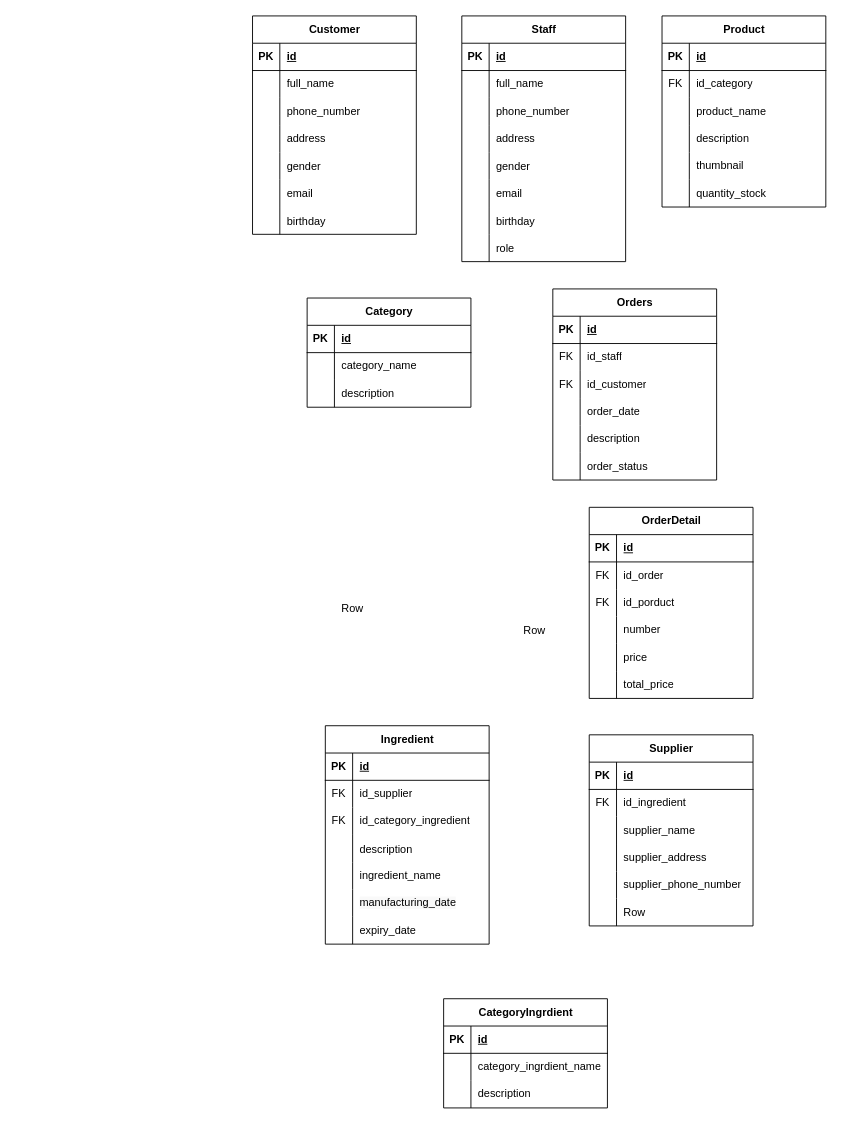
This is ShopCoffee.drawio from Anhcoder2005/shopcoffee, a draw.io file, before an edit. Source tidied: cells renumbered, new cells numbered last; positions are measured from the earlier drawing's top-left corner, leaving out a move shared by most shapes. Both pictures are drawn from the tidied source at 91%, with x=0, y=0 at pixel (252, 15).
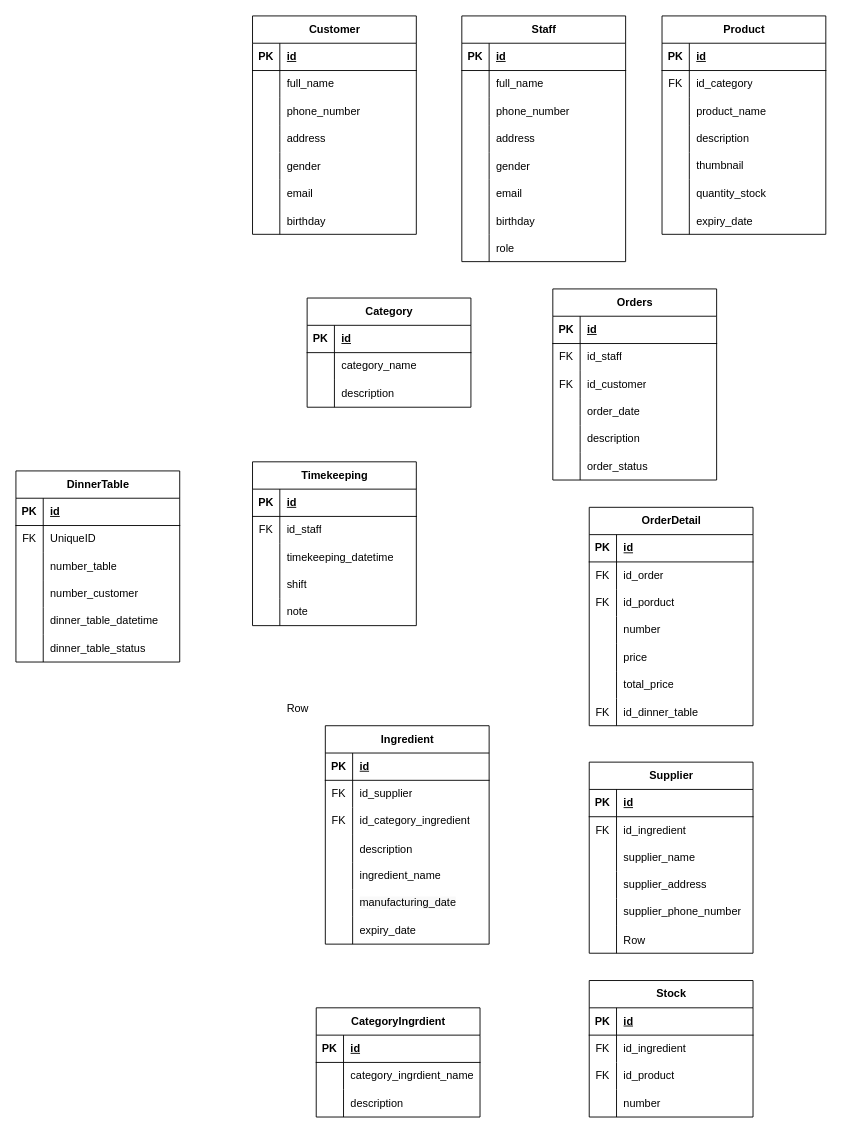
After the change.

Commit message (it also covers changes not shown here):
Cập nhật ShopCoffee.drawio

The edit, as a diff of the source:
```diff
@@
     <mxCell id="49" style="shape=table;startSize=0;childLayout=tableLayout;rowLines=0;fontStyle=0;align=center;strokeColor=none;fillColor=none;whiteSpace=wrap;html=1;" parent="1" vertex="1">
-      <mxGeometry x="60" y="640" width="180" height="20" as="geometry" />
+      <mxGeometry y="750" width="180" height="20" as="geometry" />
     </mxCell>
@@
     <mxCell id="53" value="Product" style="shape=table;startSize=30;childLayout=tableLayout;rowLines=0;fontStyle=1;align=center;html=1;" parent="1" vertex="1">
-      <mxGeometry x="450" width="180" height="210" as="geometry" />
+      <mxGeometry x="450" width="180" height="240" as="geometry" />
     </mxCell>
@@
+    <mxCell id="175" style="shape=tableRow;horizontal=0;startSize=0;swimlaneHead=0;swimlaneBody=0;fillColor=none;top=0;left=0;right=0;bottom=0;" parent="53" vertex="1">
+      <mxGeometry y="210" width="180" height="30" as="geometry" />
+    </mxCell>
+    <mxCell id="176" style="shape=partialRectangle;fillColor=none;top=0;left=0;bottom=0;right=0;overflow=hidden;" parent="175" vertex="1">
+      <mxGeometry width="30" height="30" as="geometry" />
+    </mxCell>
+    <mxCell id="177" value="expiry_date" style="shape=partialRectangle;fillColor=none;top=0;left=0;bottom=0;right=0;align=left;spacingLeft=6;overflow=hidden;" parent="175" vertex="1">
+      <mxGeometry x="30" width="150" height="30" as="geometry" />
+    </mxCell>
@@
-    <mxCell id="82" style="shape=table;startSize=0;childLayout=tableLayout;rowLines=0;fontStyle=0;align=center;strokeColor=none;fillColor=none;whiteSpace=wrap;html=1;" parent="1" vertex="1">
-      <mxGeometry x="260" y="660" width="180" height="30" as="geometry" />
-    </mxCell>
-    <mxCell id="83" style="shape=tableRow;horizontal=0;startSize=0;swimlaneHead=0;swimlaneBody=0;fillColor=none;top=0;left=0;right=0;bottom=0;" parent="82" vertex="1">
-      <mxGeometry width="180" height="30" as="geometry" />
-    </mxCell>
-    <mxCell id="84" style="shape=partialRectangle;fillColor=none;top=0;left=0;bottom=0;right=0;overflow=hidden;" parent="83" vertex="1">
-      <mxGeometry width="30" height="30" as="geometry" />
-    </mxCell>
-    <mxCell id="85" value="Row" style="shape=partialRectangle;fillColor=none;top=0;left=0;bottom=0;right=0;align=left;spacingLeft=6;overflow=hidden;" parent="83" vertex="1">
-      <mxGeometry x="30" width="150" height="30" as="geometry" />
-    </mxCell>
@@
     <mxCell id="105" value="OrderDetail" style="shape=table;startSize=30;childLayout=tableLayout;rowLines=0;fontStyle=1;align=center;html=1;" parent="1" vertex="1">
-      <mxGeometry x="370" y="540" width="180" height="210" as="geometry" />
+      <mxGeometry x="370" y="540" width="180" height="240" as="geometry" />
     </mxCell>
@@
+    <mxCell id="178" style="shape=tableRow;horizontal=0;startSize=0;swimlaneHead=0;swimlaneBody=0;fillColor=none;top=0;left=0;right=0;bottom=0;" parent="105" vertex="1">
+      <mxGeometry y="210" width="180" height="30" as="geometry" />
+    </mxCell>
+    <mxCell id="179" value="FK" style="shape=partialRectangle;fillColor=none;top=0;left=0;bottom=0;right=0;overflow=hidden;" parent="178" vertex="1">
+      <mxGeometry width="30" height="30" as="geometry" />
+    </mxCell>
+    <mxCell id="180" value="id_dinner_table" style="shape=partialRectangle;fillColor=none;top=0;left=0;bottom=0;right=0;align=left;spacingLeft=6;overflow=hidden;" parent="178" vertex="1">
+      <mxGeometry x="30" width="150" height="30" as="geometry" />
+    </mxCell>
     <mxCell id="124" value="Supplier" style="shape=table;startSize=30;childLayout=tableLayout;rowLines=0;fontStyle=1;align=center;html=1;" parent="1" vertex="1">
-      <mxGeometry x="370" y="790" width="180" height="210" as="geometry" />
+      <mxGeometry x="370" y="820" width="180" height="210" as="geometry" />
     </mxCell>
@@
     <mxCell id="165" value="CategoryIngrdient" style="shape=table;startSize=30;childLayout=tableLayout;rowLines=0;fontStyle=1;align=center;html=1;" parent="1" vertex="1">
-      <mxGeometry x="210" y="1080" width="180" height="120" as="geometry" />
+      <mxGeometry x="70" y="1090" width="180" height="120" as="geometry" />
     </mxCell>
@@
+    <mxCell id="181" value="Stock" style="shape=table;startSize=30;childLayout=tableLayout;rowLines=0;fontStyle=1;align=center;html=1;" parent="1" vertex="1">
+      <mxGeometry x="370" y="1060" width="180" height="150" as="geometry" />
+    </mxCell>
+    <mxCell id="182" style="shape=tableRow;horizontal=0;startSize=0;swimlaneHead=0;swimlaneBody=0;fillColor=none;top=0;left=0;right=0;bottom=1;" parent="181" vertex="1">
+      <mxGeometry y="30" width="180" height="30" as="geometry" />
+    </mxCell>
+    <mxCell id="183" value="PK" style="shape=partialRectangle;fillColor=none;top=0;left=0;bottom=0;right=0;fontStyle=1;overflow=hidden;whiteSpace=wrap;html=1;" parent="182" vertex="1">
+      <mxGeometry width="30" height="30" as="geometry" />
+    </mxCell>
+    <mxCell id="184" value="id" style="shape=partialRectangle;fillColor=none;top=0;left=0;bottom=0;right=0;align=left;spacingLeft=6;fontStyle=5;overflow=hidden;whiteSpace=wrap;html=1;" parent="182" vertex="1">
+      <mxGeometry x="30" width="150" height="30" as="geometry" />
+    </mxCell>
+    <mxCell id="185" style="shape=tableRow;horizontal=0;startSize=0;swimlaneHead=0;swimlaneBody=0;fillColor=none;top=0;left=0;right=0;bottom=0;" parent="181" vertex="1">
+      <mxGeometry y="60" width="180" height="30" as="geometry" />
+    </mxCell>
+    <mxCell id="186" value="FK" style="shape=partialRectangle;fillColor=none;top=0;left=0;bottom=0;right=0;fontStyle=0;overflow=hidden;whiteSpace=wrap;html=1;" parent="185" vertex="1">
+      <mxGeometry width="30" height="30" as="geometry" />
+    </mxCell>
+    <mxCell id="187" value="id_ingredient" style="shape=partialRectangle;fillColor=none;top=0;left=0;bottom=0;right=0;align=left;spacingLeft=6;fontStyle=0;overflow=hidden;whiteSpace=wrap;html=1;" parent="185" vertex="1">
+      <mxGeometry x="30" width="150" height="30" as="geometry" />
+    </mxCell>
+    <mxCell id="188" style="shape=tableRow;horizontal=0;startSize=0;swimlaneHead=0;swimlaneBody=0;fillColor=none;top=0;left=0;right=0;bottom=0;" parent="181" vertex="1">
+      <mxGeometry y="90" width="180" height="30" as="geometry" />
+    </mxCell>
+    <mxCell id="189" value="FK" style="shape=partialRectangle;fillColor=none;top=0;left=0;bottom=0;right=0;fontStyle=0;overflow=hidden;whiteSpace=wrap;html=1;" parent="188" vertex="1">
+      <mxGeometry width="30" height="30" as="geometry" />
+    </mxCell>
+    <mxCell id="190" value="id_product" style="shape=partialRectangle;fillColor=none;top=0;left=0;bottom=0;right=0;align=left;spacingLeft=6;fontStyle=0;overflow=hidden;whiteSpace=wrap;html=1;" parent="188" vertex="1">
+      <mxGeometry x="30" width="150" height="30" as="geometry" />
+    </mxCell>
+    <mxCell id="191" style="shape=tableRow;horizontal=0;startSize=0;swimlaneHead=0;swimlaneBody=0;fillColor=none;top=0;left=0;right=0;bottom=0;" parent="181" vertex="1">
+      <mxGeometry y="120" width="180" height="30" as="geometry" />
+    </mxCell>
+    <mxCell id="192" style="shape=partialRectangle;fillColor=none;top=0;left=0;bottom=0;right=0;overflow=hidden;whiteSpace=wrap;html=1;" parent="191" vertex="1">
+      <mxGeometry width="30" height="30" as="geometry" />
+    </mxCell>
+    <mxCell id="193" value="number" style="shape=partialRectangle;fillColor=none;top=0;left=0;bottom=0;right=0;align=left;spacingLeft=6;overflow=hidden;whiteSpace=wrap;html=1;" parent="191" vertex="1">
+      <mxGeometry x="30" width="150" height="30" as="geometry" />
+    </mxCell>
+    <mxCell id="194" value="Timekeeping" style="shape=table;startSize=30;childLayout=tableLayout;rowLines=0;fontStyle=1;align=center;html=1;" parent="1" vertex="1">
+      <mxGeometry y="490" width="180" height="180" as="geometry" />
+    </mxCell>
+    <mxCell id="195" style="shape=tableRow;horizontal=0;startSize=0;swimlaneHead=0;swimlaneBody=0;fillColor=none;top=0;left=0;right=0;bottom=1;" parent="194" vertex="1">
+      <mxGeometry y="30" width="180" height="30" as="geometry" />
+    </mxCell>
+    <mxCell id="196" value="PK" style="shape=partialRectangle;fillColor=none;top=0;left=0;bottom=0;right=0;fontStyle=1;overflow=hidden;whiteSpace=wrap;html=1;" parent="195" vertex="1">
+      <mxGeometry width="30" height="30" as="geometry" />
+    </mxCell>
+    <mxCell id="197" value="id" style="shape=partialRectangle;fillColor=none;top=0;left=0;bottom=0;right=0;align=left;spacingLeft=6;fontStyle=5;overflow=hidden;whiteSpace=wrap;html=1;" parent="195" vertex="1">
+      <mxGeometry x="30" width="150" height="30" as="geometry" />
+    </mxCell>
+    <mxCell id="198" style="shape=tableRow;horizontal=0;startSize=0;swimlaneHead=0;swimlaneBody=0;fillColor=none;top=0;left=0;right=0;bottom=0;" parent="194" vertex="1">
+      <mxGeometry y="60" width="180" height="30" as="geometry" />
+    </mxCell>
+    <mxCell id="199" value="FK" style="shape=partialRectangle;fillColor=none;top=0;left=0;bottom=0;right=0;fontStyle=0;overflow=hidden;whiteSpace=wrap;html=1;" parent="198" vertex="1">
+      <mxGeometry width="30" height="30" as="geometry" />
+    </mxCell>
+    <mxCell id="200" value="id_staff" style="shape=partialRectangle;fillColor=none;top=0;left=0;bottom=0;right=0;align=left;spacingLeft=6;fontStyle=0;overflow=hidden;whiteSpace=wrap;html=1;" parent="198" vertex="1">
+      <mxGeometry x="30" width="150" height="30" as="geometry" />
+    </mxCell>
+    <mxCell id="201" style="shape=tableRow;horizontal=0;startSize=0;swimlaneHead=0;swimlaneBody=0;fillColor=none;top=0;left=0;right=0;bottom=0;" parent="194" vertex="1">
+      <mxGeometry y="90" width="180" height="30" as="geometry" />
+    </mxCell>
+    <mxCell id="202" style="shape=partialRectangle;fillColor=none;top=0;left=0;bottom=0;right=0;overflow=hidden;whiteSpace=wrap;html=1;" parent="201" vertex="1">
+      <mxGeometry width="30" height="30" as="geometry" />
+    </mxCell>
+    <mxCell id="203" value="timekeeping_datetime" style="shape=partialRectangle;fillColor=none;top=0;left=0;bottom=0;right=0;align=left;spacingLeft=6;overflow=hidden;whiteSpace=wrap;html=1;" parent="201" vertex="1">
+      <mxGeometry x="30" width="150" height="30" as="geometry" />
+    </mxCell>
+    <mxCell id="204" style="shape=tableRow;horizontal=0;startSize=0;swimlaneHead=0;swimlaneBody=0;fillColor=none;top=0;left=0;right=0;bottom=0;" parent="194" vertex="1">
+      <mxGeometry y="120" width="180" height="30" as="geometry" />
+    </mxCell>
+    <mxCell id="205" style="shape=partialRectangle;fillColor=none;top=0;left=0;bottom=0;right=0;overflow=hidden;whiteSpace=wrap;html=1;" parent="204" vertex="1">
+      <mxGeometry width="30" height="30" as="geometry" />
+    </mxCell>
+    <mxCell id="206" value="shift" style="shape=partialRectangle;fillColor=none;top=0;left=0;bottom=0;right=0;align=left;spacingLeft=6;overflow=hidden;whiteSpace=wrap;html=1;" parent="204" vertex="1">
+      <mxGeometry x="30" width="150" height="30" as="geometry" />
+    </mxCell>
+    <mxCell id="207" style="shape=tableRow;horizontal=0;startSize=0;swimlaneHead=0;swimlaneBody=0;fillColor=none;top=0;left=0;right=0;bottom=0;" parent="194" vertex="1">
+      <mxGeometry y="150" width="180" height="30" as="geometry" />
+    </mxCell>
+    <mxCell id="208" style="shape=partialRectangle;fillColor=none;top=0;left=0;bottom=0;right=0;overflow=hidden;whiteSpace=wrap;html=1;" parent="207" vertex="1">
+      <mxGeometry width="30" height="30" as="geometry" />
+    </mxCell>
+    <mxCell id="209" value="note" style="shape=partialRectangle;fillColor=none;top=0;left=0;bottom=0;right=0;align=left;spacingLeft=6;overflow=hidden;whiteSpace=wrap;html=1;" parent="207" vertex="1">
+      <mxGeometry x="30" width="150" height="30" as="geometry" />
+    </mxCell>
+    <mxCell id="210" value="DinnerTable" style="shape=table;startSize=30;childLayout=tableLayout;rowLines=0;fontStyle=1;align=center;html=1;" parent="1" vertex="1">
+      <mxGeometry x="-260" y="500" width="180" height="210" as="geometry" />
+    </mxCell>
+    <mxCell id="211" style="shape=tableRow;horizontal=0;startSize=0;swimlaneHead=0;swimlaneBody=0;fillColor=none;top=0;left=0;right=0;bottom=1;" parent="210" vertex="1">
+      <mxGeometry y="30" width="180" height="30" as="geometry" />
+    </mxCell>
+    <mxCell id="212" value="PK" style="shape=partialRectangle;fillColor=none;top=0;left=0;bottom=0;right=0;fontStyle=1;overflow=hidden;whiteSpace=wrap;html=1;" parent="211" vertex="1">
+      <mxGeometry width="30" height="30" as="geometry" />
+    </mxCell>
+    <mxCell id="213" value="id" style="shape=partialRectangle;fillColor=none;top=0;left=0;bottom=0;right=0;align=left;spacingLeft=6;fontStyle=5;overflow=hidden;whiteSpace=wrap;html=1;" parent="211" vertex="1">
+      <mxGeometry x="30" width="150" height="30" as="geometry" />
+    </mxCell>
+    <mxCell id="214" style="shape=tableRow;horizontal=0;startSize=0;swimlaneHead=0;swimlaneBody=0;fillColor=none;top=0;left=0;right=0;bottom=0;" parent="210" vertex="1">
+      <mxGeometry y="60" width="180" height="30" as="geometry" />
+    </mxCell>
+    <mxCell id="215" value="FK" style="shape=partialRectangle;fillColor=none;top=0;left=0;bottom=0;right=0;fontStyle=0;overflow=hidden;whiteSpace=wrap;html=1;" parent="214" vertex="1">
+      <mxGeometry width="30" height="30" as="geometry" />
+    </mxCell>
+    <mxCell id="216" value="UniqueID" style="shape=partialRectangle;fillColor=none;top=0;left=0;bottom=0;right=0;align=left;spacingLeft=6;fontStyle=0;overflow=hidden;whiteSpace=wrap;html=1;" parent="214" vertex="1">
+      <mxGeometry x="30" width="150" height="30" as="geometry" />
+    </mxCell>
+    <mxCell id="217" style="shape=tableRow;horizontal=0;startSize=0;swimlaneHead=0;swimlaneBody=0;fillColor=none;top=0;left=0;right=0;bottom=0;" parent="210" vertex="1">
+      <mxGeometry y="90" width="180" height="30" as="geometry" />
+    </mxCell>
+    <mxCell id="218" style="shape=partialRectangle;fillColor=none;top=0;left=0;bottom=0;right=0;overflow=hidden;whiteSpace=wrap;html=1;" parent="217" vertex="1">
+      <mxGeometry width="30" height="30" as="geometry" />
+    </mxCell>
+    <mxCell id="219" value="number_table" style="shape=partialRectangle;fillColor=none;top=0;left=0;bottom=0;right=0;align=left;spacingLeft=6;overflow=hidden;whiteSpace=wrap;html=1;" parent="217" vertex="1">
+      <mxGeometry x="30" width="150" height="30" as="geometry" />
+    </mxCell>
+    <mxCell id="220" style="shape=tableRow;horizontal=0;startSize=0;swimlaneHead=0;swimlaneBody=0;fillColor=none;top=0;left=0;right=0;bottom=0;" parent="210" vertex="1">
+      <mxGeometry y="120" width="180" height="30" as="geometry" />
+    </mxCell>
+    <mxCell id="221" style="shape=partialRectangle;fillColor=none;top=0;left=0;bottom=0;right=0;overflow=hidden;whiteSpace=wrap;html=1;" parent="220" vertex="1">
+      <mxGeometry width="30" height="30" as="geometry" />
+    </mxCell>
+    <mxCell id="222" value="number_customer" style="shape=partialRectangle;fillColor=none;top=0;left=0;bottom=0;right=0;align=left;spacingLeft=6;overflow=hidden;whiteSpace=wrap;html=1;" parent="220" vertex="1">
+      <mxGeometry x="30" width="150" height="30" as="geometry" />
+    </mxCell>
+    <mxCell id="223" style="shape=tableRow;horizontal=0;startSize=0;swimlaneHead=0;swimlaneBody=0;fillColor=none;top=0;left=0;right=0;bottom=0;" parent="210" vertex="1">
+      <mxGeometry y="150" width="180" height="30" as="geometry" />
+    </mxCell>
+    <mxCell id="224" style="shape=partialRectangle;fillColor=none;top=0;left=0;bottom=0;right=0;overflow=hidden;whiteSpace=wrap;html=1;" parent="223" vertex="1">
+      <mxGeometry width="30" height="30" as="geometry" />
+    </mxCell>
+    <mxCell id="225" value="dinner_table_datetime" style="shape=partialRectangle;fillColor=none;top=0;left=0;bottom=0;right=0;align=left;spacingLeft=6;overflow=hidden;whiteSpace=wrap;html=1;" parent="223" vertex="1">
+      <mxGeometry x="30" width="150" height="30" as="geometry" />
+    </mxCell>
+    <mxCell id="226" style="shape=tableRow;horizontal=0;startSize=0;swimlaneHead=0;swimlaneBody=0;fillColor=none;top=0;left=0;right=0;bottom=0;" parent="210" vertex="1">
+      <mxGeometry y="180" width="180" height="30" as="geometry" />
+    </mxCell>
+    <mxCell id="227" style="shape=partialRectangle;fillColor=none;top=0;left=0;bottom=0;right=0;overflow=hidden;" parent="226" vertex="1">
+      <mxGeometry width="30" height="30" as="geometry" />
+    </mxCell>
+    <mxCell id="228" value="dinner_table_status" style="shape=partialRectangle;fillColor=none;top=0;left=0;bottom=0;right=0;align=left;spacingLeft=6;overflow=hidden;" parent="226" vertex="1">
+      <mxGeometry x="30" width="150" height="30" as="geometry" />
+    </mxCell>
```
